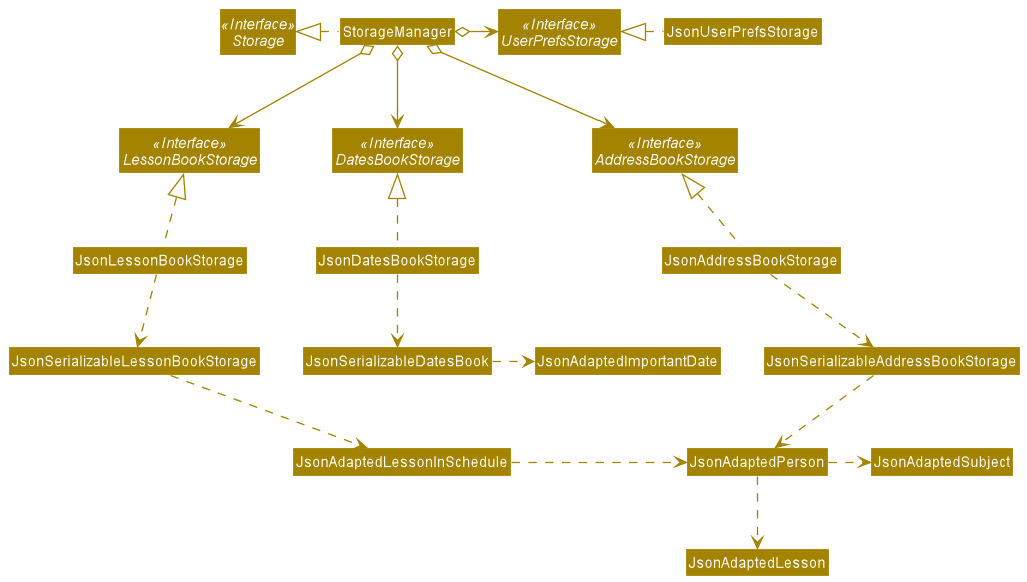
Earlier version of the PlantUML export docs/images/StorageClassDiagram.png (nus-cs2103-AY2021S2/tp).
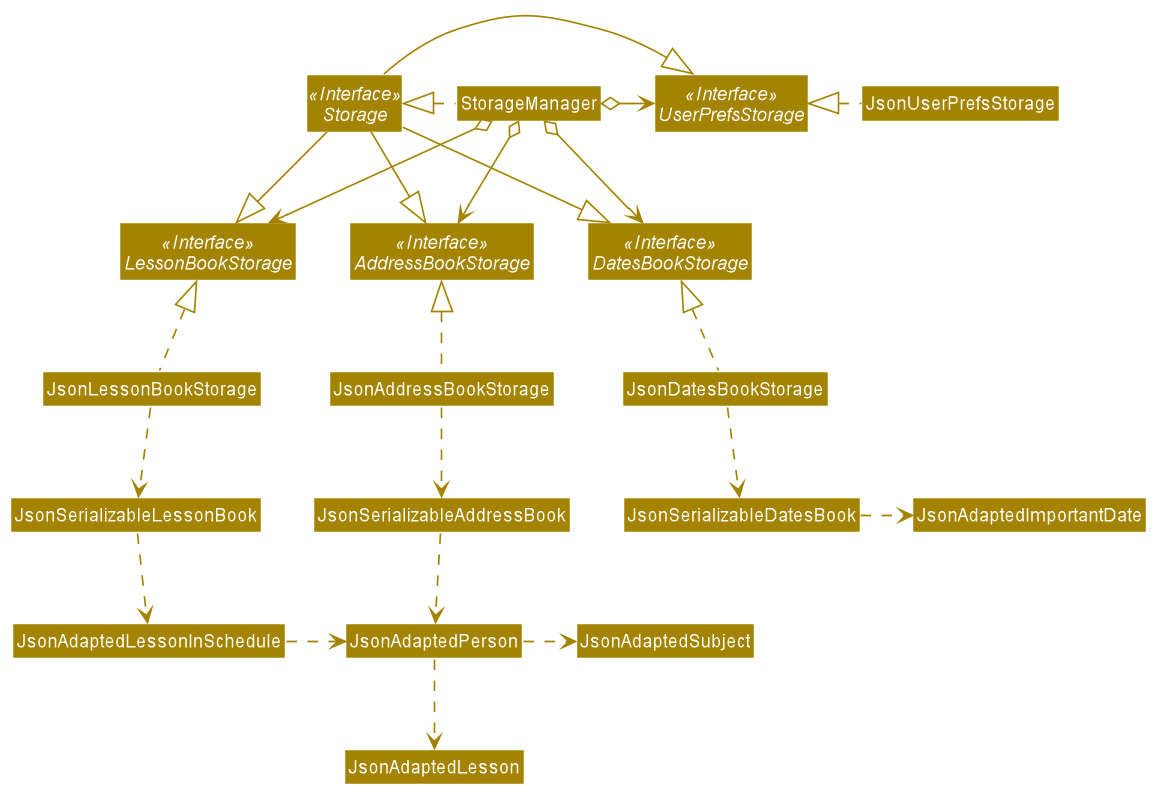
After the change.

Change to the diagram source:
```diff
@@ -23,10 +23,15 @@
 StorageManager o--> DatesBookStorage
 StorageManager o--> LessonBookStorage
 
+Storage -|> UserPrefsStorage
+Storage -|> AddressBookStorage
+Storage -|> DatesBookStorage
+Storage -|> LessonBookStorage
+
 JsonUserPrefsStorage .left.|> UserPrefsStorage
 JsonAddressBookStorage .up.|> AddressBookStorage
-JsonAddressBookStorage .down.> JsonSerializableAddressBookStorage
-JsonSerializableAddressBookStorage .down.> JsonAdaptedPerson
+JsonAddressBookStorage .down.> JsonSerializableAddressBook
+JsonSerializableAddressBook .down.> JsonAdaptedPerson
 JsonAdaptedPerson .right.> JsonAdaptedSubject
 JsonAdaptedPerson .down.> JsonAdaptedLesson
 
@@ -35,8 +40,8 @@
 JsonSerializableDatesBook .right.> JsonAdaptedImportantDate
 
 JsonLessonBookStorage .up.|> LessonBookStorage
-JsonLessonBookStorage .down.> JsonSerializableLessonBookStorage
-JsonSerializableLessonBookStorage .down.> JsonAdaptedLessonInSchedule
+JsonLessonBookStorage .down.> JsonSerializableLessonBook
+JsonSerializableLessonBook .down.> JsonAdaptedLessonInSchedule
 JsonAdaptedLessonInSchedule .right.> JsonAdaptedPerson
 
 
```
